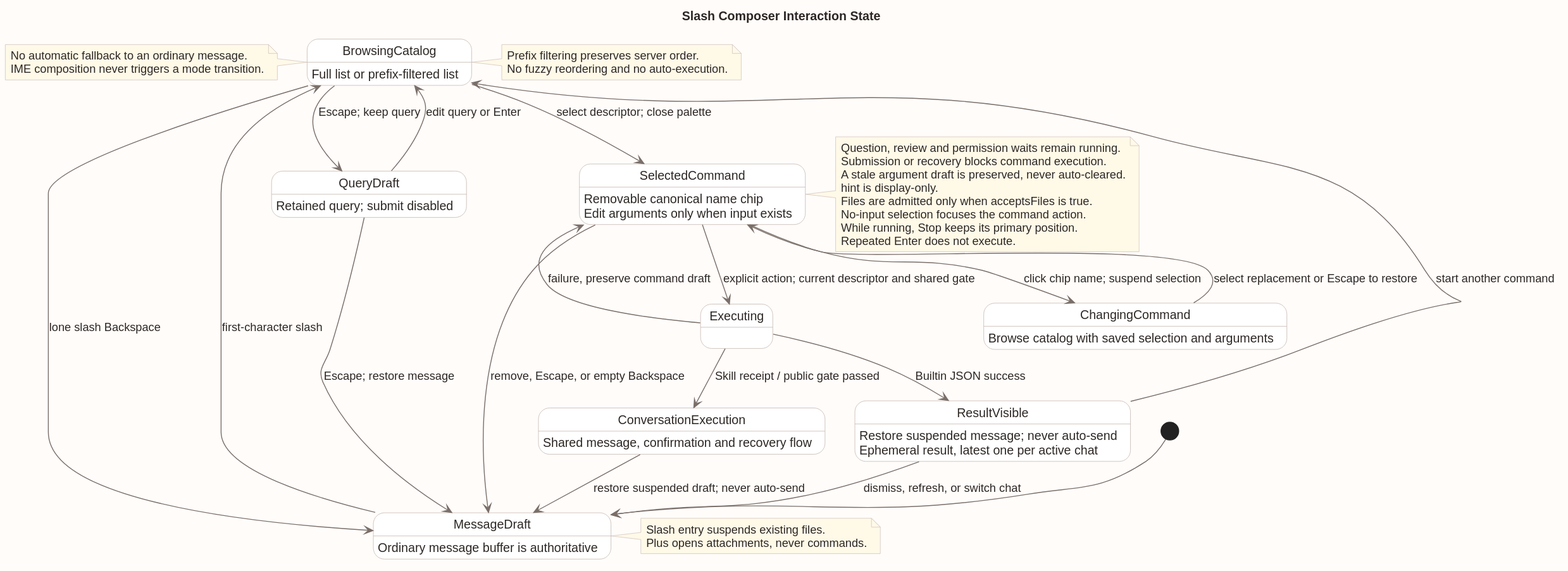
Earlier version of the PlantUML export 07-前端设计/技术设计/命令/slash_composer_state.svg (ssm0808/pi-mono-java-design).
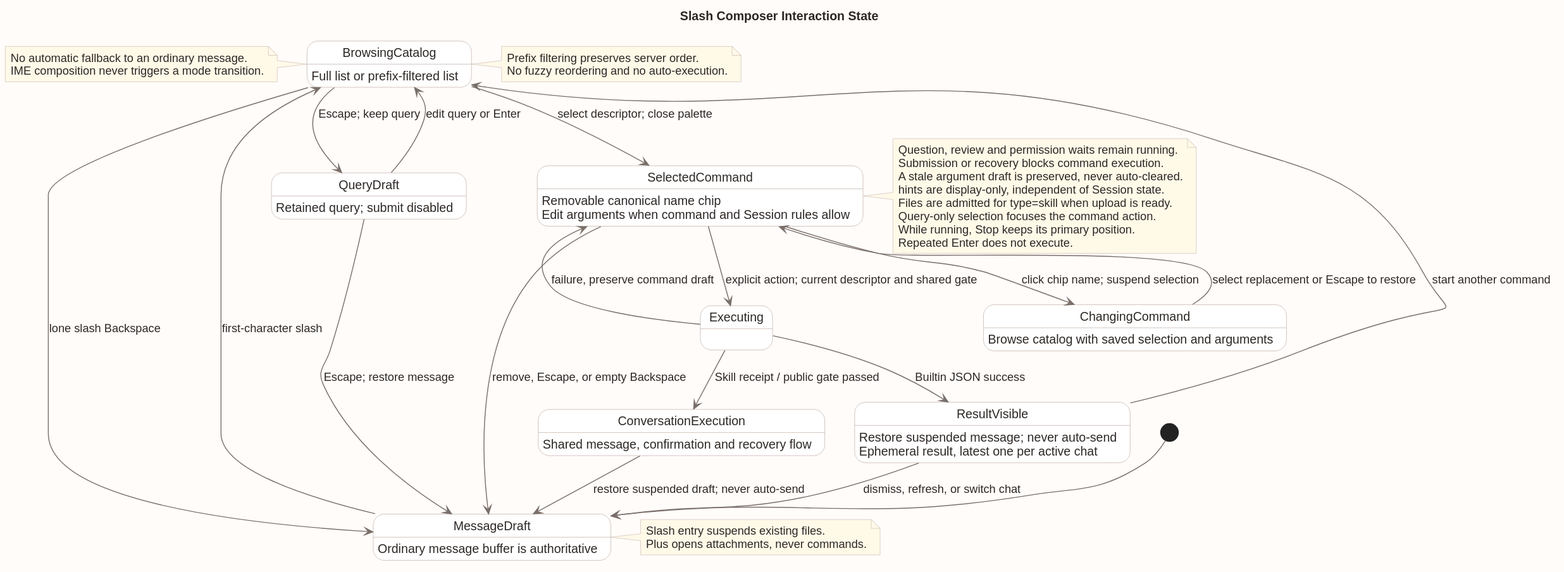
The same diagram one commit later.

What changed in the source:
```diff
@@ -32,7 +32,7 @@
 
 state SelectedCommand
 SelectedCommand : Removable canonical name chip
-SelectedCommand : Edit arguments only when input exists
+SelectedCommand : Edit arguments when command and Session rules allow
 SelectedCommand --> Executing : explicit action; current descriptor and shared gate
 SelectedCommand --> MessageDraft : remove, Escape, or empty Backspace
 SelectedCommand --> ChangingCommand : click chip name; suspend selection
@@ -63,9 +63,9 @@
   Question, review and permission waits remain running.
   Submission or recovery blocks command execution.
   A stale argument draft is preserved, never auto-cleared.
-  hint is display-only.
-  Files are admitted only when acceptsFiles is true.
-  No-input selection focuses the command action.
+  hints are display-only, independent of Session state.
+  Files are admitted for type=skill when upload is ready.
+  Query-only selection focuses the command action.
   While running, Stop keeps its primary position.
   Repeated Enter does not execute.
 end note
```
